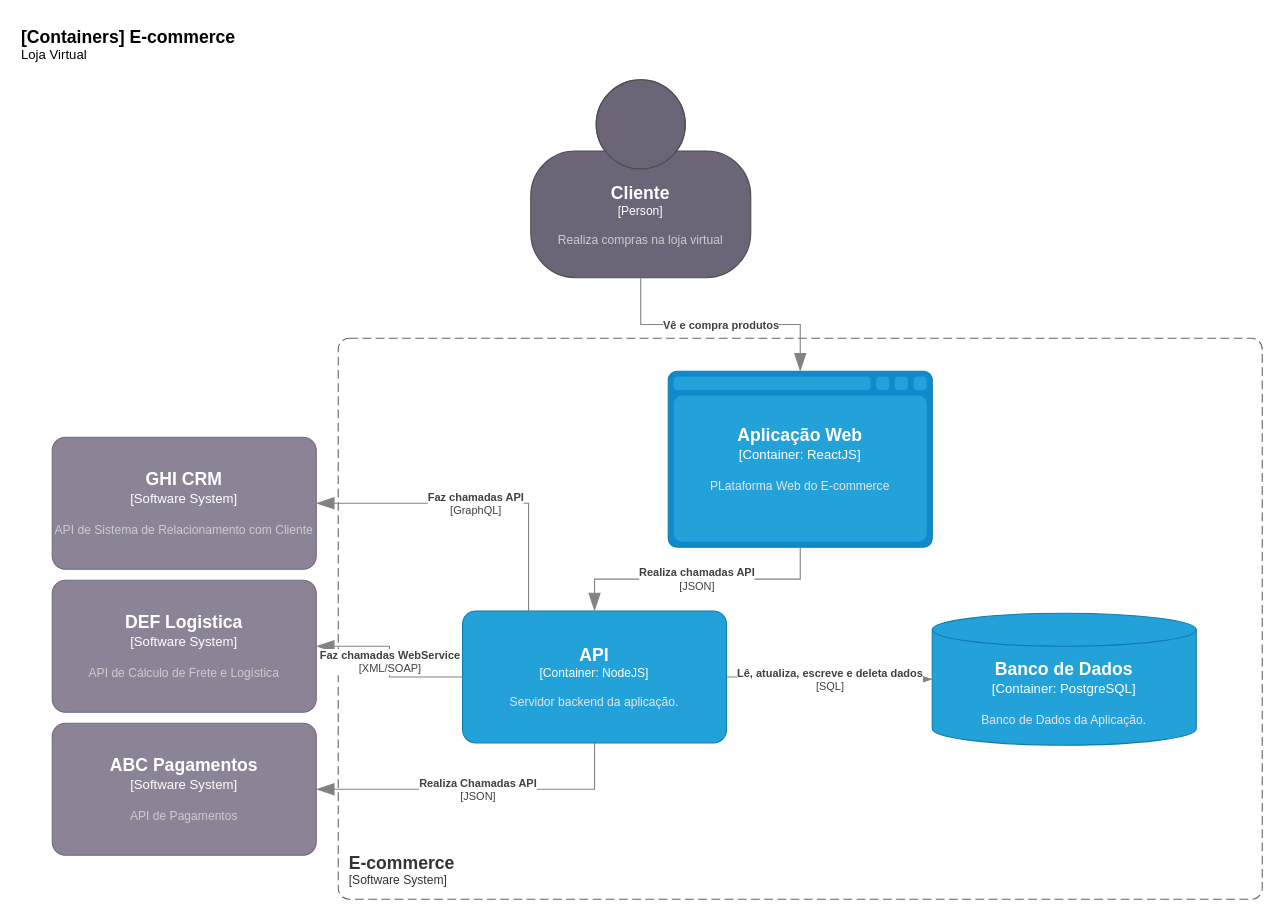
gabrielcamurcab/pos-arq-soft keeps this draw.io diagram as page "Container" (2 of 2) of palestra.drawio. Above is the earlier version. Source tidied: cells renumbered, new cells numbered last; positions are measured from the earlier drawing's top-left corner, leaving out a move shared by most shapes. Both pictures are drawn from the tidied source at 110%, with x=0, y=0 at pixel (19, 19).
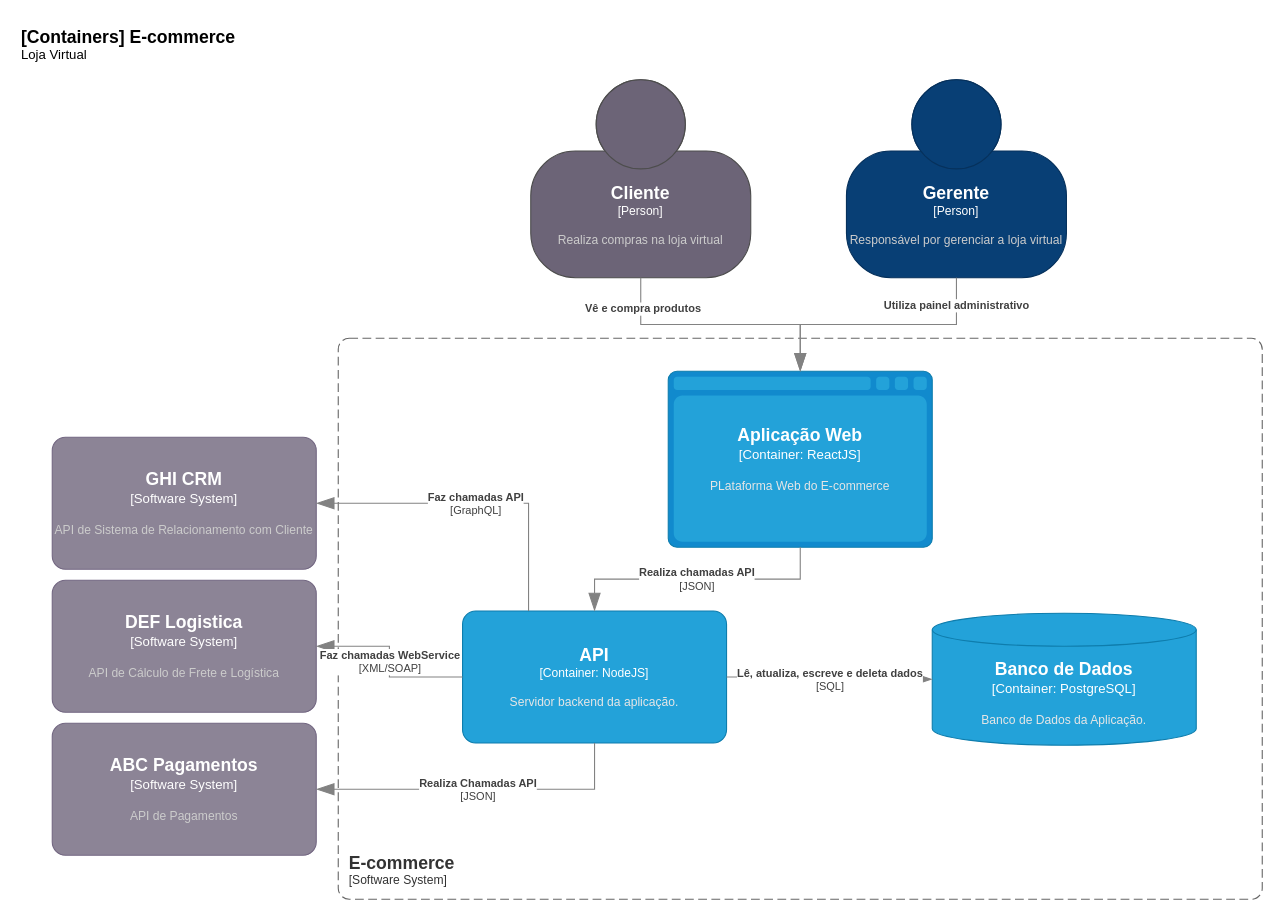
After the change.

The change refers to these unchanged cells:
```xml
<object id="2" label="&lt;font style=&quot;font-size: 16px&quot;&gt;&lt;b&gt;%c4Name%&lt;/b&gt;&lt;/font&gt;&lt;div&gt;[%c4Type%]&lt;/div&gt;&lt;br&gt;&lt;div&gt;&lt;font style=&quot;font-size: 11px&quot;&gt;&lt;font color=&quot;#cccccc&quot;&gt;%c4Description%&lt;/font&gt;&lt;/div&gt;" c4Description="Realiza compras na loja virtual" c4Name="Cliente" c4Type="Person" placeholders="1">
  <mxCell style="html=1;fontSize=11;dashed=0;whiteSpace=wrap;fillColor=#6C6477;strokeColor=#4D4D4D;fontColor=#ffffff;shape=mxgraph.c4.person2;align=center;points=[[0.5,0,0],[1,0.5,0],[1,0.75,0],[0.75,1,0],[0.5,1,0],[0.25,1,0],[0,0.75,0],[0,0.5,0]];" parent="1" vertex="1">
    <mxGeometry x="465" y="55" width="200" height="180" as="geometry" />
  </mxCell>
</object>
<object id="7" label="&lt;font style=&quot;font-size: 16px&quot;&gt;&lt;b&gt;%c4Name%&lt;/b&gt;&lt;/font&gt;&lt;div&gt;[%c4Type%:&amp;nbsp;%c4Technology%]&lt;/div&gt;&lt;br&gt;&lt;div&gt;&lt;font style=&quot;font-size: 11px&quot;&gt;&lt;font color=&quot;#E6E6E6&quot;&gt;%c4Description%&lt;/font&gt;&lt;/div&gt;" c4Description="PLataforma Web do E-commerce" c4Name="Aplicação Web" c4Technology="ReactJS" c4Type="Container" placeholders="1">
  <mxCell style="shape=mxgraph.c4.webBrowserContainer2;whiteSpace=wrap;html=1;boundedLbl=1;rounded=0;labelBackgroundColor=none;strokeColor=#118ACD;fillColor=#23A2D9;strokeColor=#118ACD;strokeColor2=#0E7DAD;fontSize=12;fontColor=#ffffff;align=center;points=[[0.5,0,0],[1,0.25,0],[1,0.5,0],[1,0.75,0],[0.5,1,0],[0,0.75,0],[0,0.5,0],[0,0.25,0]];" parent="1" vertex="1">
    <mxGeometry x="590" y="320" width="240" height="160" as="geometry" />
  </mxCell>
</object>
```

The edit, as a diff of the source:
```diff
@@
     <object id="16" label="&lt;div style=&quot;text-align: left&quot;&gt;&lt;div style=&quot;text-align: center&quot;&gt;&lt;b&gt;%c4Description%&lt;/b&gt;&lt;/div&gt;" c4Description="Vê e compra produtos" placeholders="1">
       <mxCell style="endArrow=blockThin;html=1;fontSize=10;fontColor=#404040;strokeWidth=1;endFill=1;strokeColor=#828282;elbow=vertical;endSize=14;startSize=14;jumpStyle=arc;jumpSize=16;rounded=0;edgeStyle=orthogonalEdgeStyle;exitX=0.5;exitY=1;exitDx=0;exitDy=0;exitPerimeter=0;entryX=0.5;entryY=0;entryDx=0;entryDy=0;entryPerimeter=0;" parent="1" edge="1" source="2" target="7">
-        <mxGeometry relative="1" as="geometry" />
+        <mxGeometry x="-0.76" y="2" relative="1" as="geometry" />
       </mxCell>
     </object>
+    <object id="17" label="&lt;font style=&quot;font-size: 16px&quot;&gt;&lt;b&gt;%c4Name%&lt;/b&gt;&lt;/font&gt;&lt;div&gt;[%c4Type%]&lt;/div&gt;&lt;br&gt;&lt;div&gt;&lt;font style=&quot;font-size: 11px&quot;&gt;&lt;font color=&quot;#cccccc&quot;&gt;%c4Description%&lt;/font&gt;&lt;/div&gt;" c4Description="Responsável por gerenciar a loja virtual" c4Name="Gerente" c4Type="Person" placeholders="1">
+      <mxCell style="html=1;fontSize=11;dashed=0;whiteSpace=wrap;fillColor=#083F75;strokeColor=#06315C;fontColor=#ffffff;shape=mxgraph.c4.person2;align=center;points=[[0.5,0,0],[1,0.5,0],[1,0.75,0],[0.75,1,0],[0.5,1,0],[0.25,1,0],[0,0.75,0],[0,0.5,0]];" parent="1" vertex="1">
+        <mxGeometry x="752" y="55" width="200" height="180" as="geometry" />
+      </mxCell>
+    </object>
+    <object id="18" label="&lt;div style=&quot;text-align: left&quot;&gt;&lt;div style=&quot;text-align: center&quot;&gt;&lt;b&gt;%c4Description%&lt;/b&gt;&lt;/div&gt;" c4Description="Utiliza painel administrativo" placeholders="1">
+      <mxCell style="endArrow=blockThin;html=1;fontSize=10;fontColor=#404040;strokeWidth=1;endFill=1;strokeColor=#828282;elbow=vertical;endSize=14;startSize=14;jumpStyle=arc;jumpSize=16;rounded=0;edgeStyle=orthogonalEdgeStyle;exitX=0.5;exitY=1;exitDx=0;exitDy=0;exitPerimeter=0;entryX=0.5;entryY=0;entryDx=0;entryDy=0;entryPerimeter=0;" parent="1" edge="1" source="17" target="7">
+        <mxGeometry x="-0.78" relative="1" as="geometry" />
+      </mxCell>
+    </object>
```
